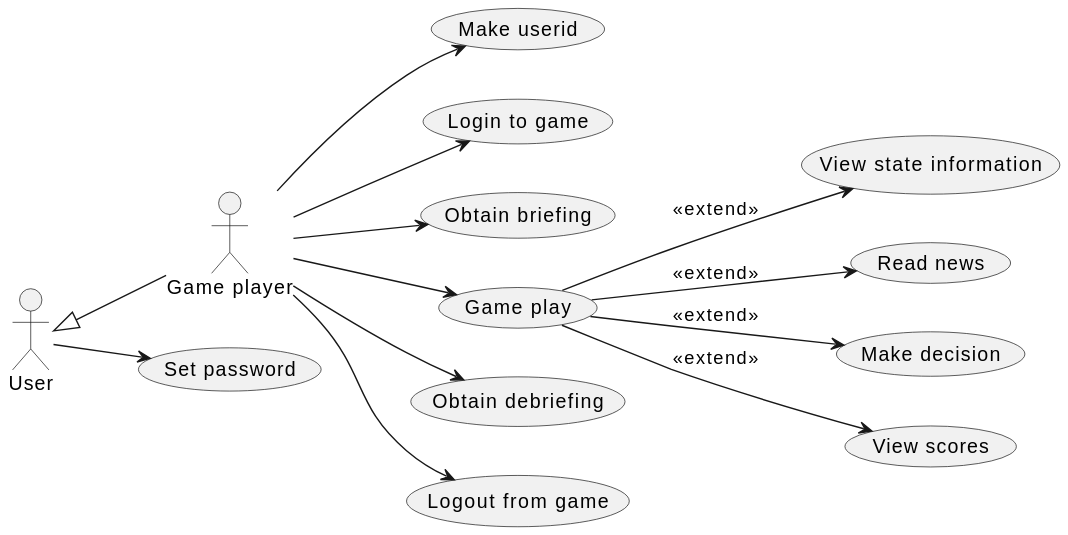
The PlantUML diagram doc/1-use-cases/diagrams/game-play.svg in averbraeck/gscg-design, before a commit. The source it was exported from:
```plantuml
@startuml
left to right direction

"Game player" as GP
User <|-- GP

User --> (Set password)

GP --> (Make userid)
GP --> (Login to game)

GP --> (Obtain briefing)

GP --> (Game play)
(Game play) --> (View state information) : << extend >>
(Game play) --> (Read news) : << extend >>
(Game play) --> (Make decision) : << extend >>
(Game play) --> (View scores) : << extend >>

GP --> (Obtain debriefing)

GP --> (Logout from game)
@enduml
```
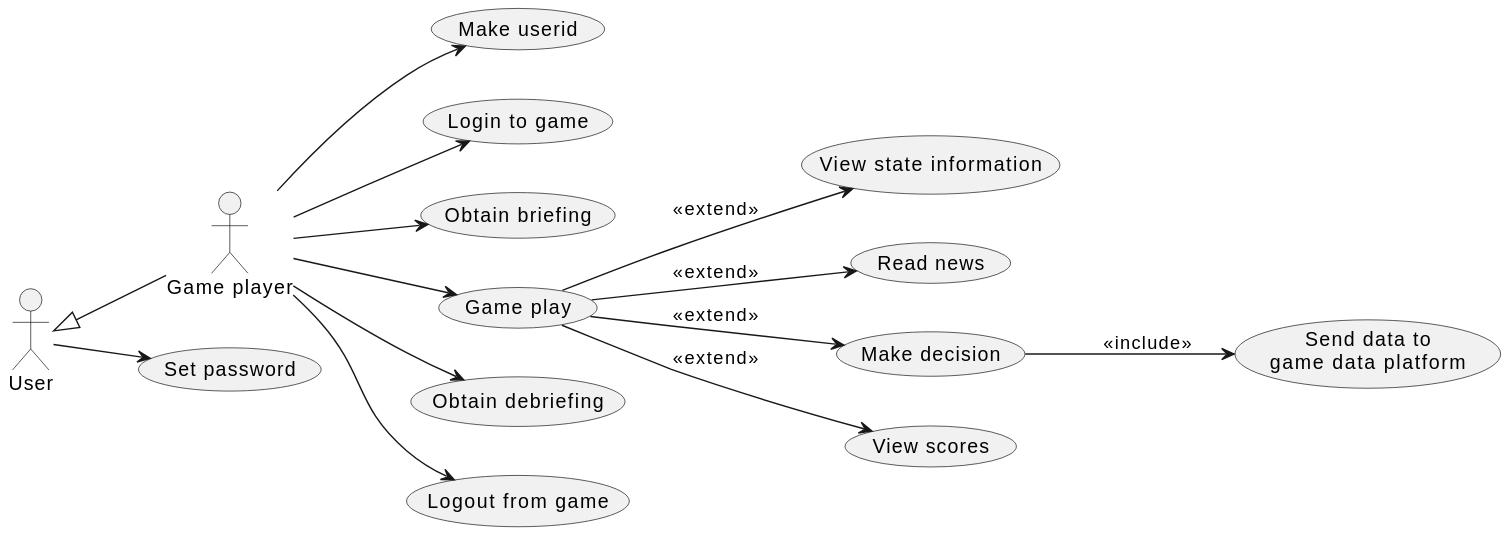
The same diagram one commit later.

Diff of the diagram source:
```diff
@@ -17,6 +17,8 @@
 (Game play) --> (Make decision) : << extend >>
 (Game play) --> (View scores) : << extend >>
 
+(Make decision) --> (Send data to\ngame data platform) : << include >>
+
 GP --> (Obtain debriefing)
 
 GP --> (Logout from game)
```
